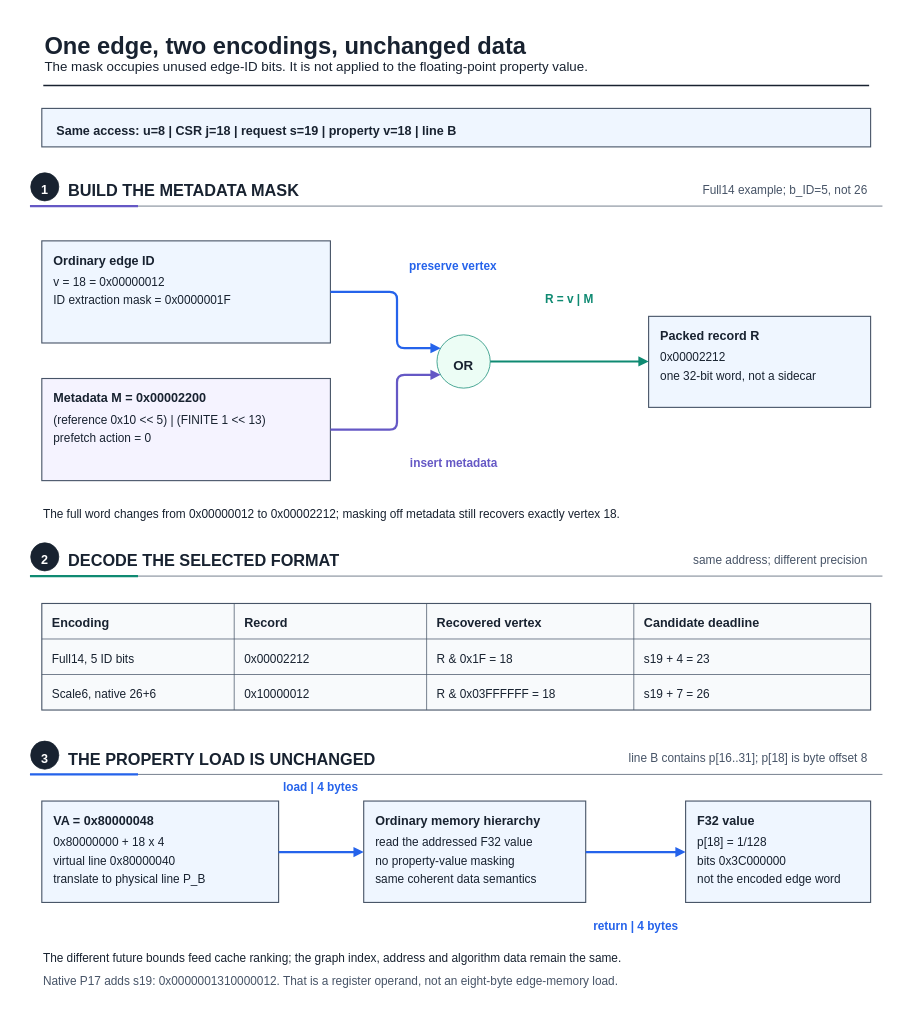
UVA-LavaLab/ECG_GrAPL keeps this draw.io diagram as fig/wiki_src/property-to-cache-walkthrough/property-to-cache-walkthrough-f01-checked-request.drawio. Above is the earlier version. Source tidied: cells renumbered, new cells numbered last; positions are measured from the earlier drawing's top-left corner, leaving out a move shared by most shapes. Both pictures are drawn from the tidied source at 74%, with x=0, y=0 at pixel (12, 12).
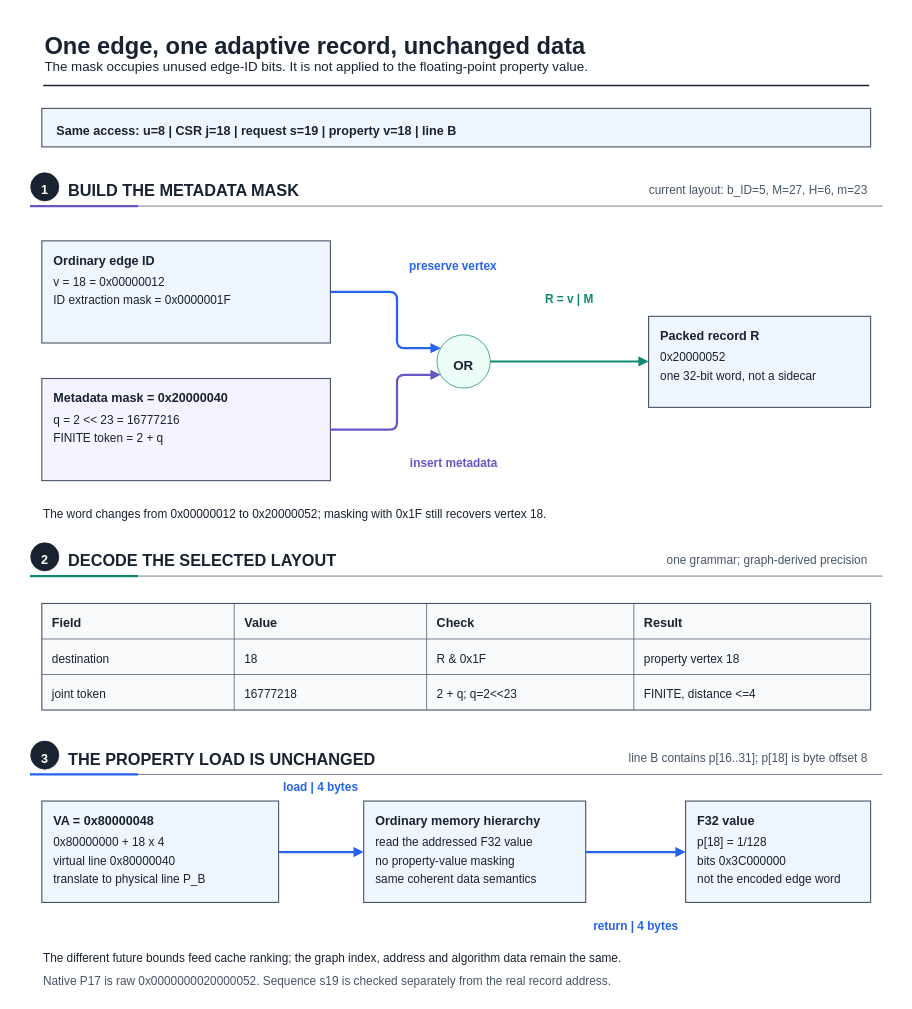
After the change.

Change to the diagram source:
```diff
@@
-    <mxCell id="3" value="One edge, two encodings, unchanged data" style="text;html=0;strokeColor=none;fillColor=none;align=left;verticalAlign=middle;fontFamily=Liberation Sans;fontSize=32;fontColor=#182230;fontStyle=1;" parent="1" vertex="1">
-      <mxGeometry x="42" y="19.5" width="711.4" height="44.8" as="geometry" />
+    <mxCell id="3" value="One edge, one adaptive record, unchanged data" style="text;html=0;strokeColor=none;fillColor=none;align=left;verticalAlign=middle;fontFamily=Liberation Sans;fontSize=32;fontColor=#182230;fontStyle=1;" parent="1" vertex="1">
+      <mxGeometry x="42" y="19.5" width="820.8" height="44.8" as="geometry" />
     </mxCell>
@@
-    <mxCell id="11" value="Full14 example; b_ID=5, not 26" style="text;html=0;strokeColor=none;fillColor=none;align=right;verticalAlign=middle;fontFamily=Liberation Sans;fontSize=16;fontColor=#475467;fontStyle=0;" parent="1" vertex="1">
-      <mxGeometry x="903.6" y="228.2" width="254.4" height="22.4" as="geometry" />
+    <mxCell id="11" value="current layout: b_ID=5, M=27, H=6, m=23" style="text;html=0;strokeColor=none;fillColor=none;align=right;verticalAlign=middle;fontFamily=Liberation Sans;fontSize=16;fontColor=#475467;fontStyle=0;" parent="1" vertex="1">
+      <mxGeometry x="827.3" y="228.2" width="330.7" height="22.4" as="geometry" />
     </mxCell>
@@
-    <mxCell id="19" value="Metadata M = 0x00002200" style="text;html=0;strokeColor=none;fillColor=none;align=left;verticalAlign=middle;fontFamily=Liberation Sans;fontSize=17;fontColor=#182230;fontStyle=1;" parent="1" vertex="1">
-      <mxGeometry x="54" y="508.4" width="222.9" height="23.8" as="geometry" />
+    <mxCell id="19" value="Metadata mask = 0x20000040" style="text;html=0;strokeColor=none;fillColor=none;align=left;verticalAlign=middle;fontFamily=Liberation Sans;fontSize=17;fontColor=#182230;fontStyle=1;" parent="1" vertex="1">
+      <mxGeometry x="54" y="508.4" width="251.9" height="23.8" as="geometry" />
     </mxCell>
-    <mxCell id="20" value="(reference 0x10 &lt;&lt; 5) | (FINITE 1 &lt;&lt; 13)" style="text;html=0;strokeColor=none;fillColor=none;align=left;verticalAlign=middle;fontFamily=Liberation Sans;fontSize=16;fontColor=#182230;fontStyle=0;" parent="1" vertex="1">
-      <mxGeometry x="54" y="538.2" width="339.2" height="22.4" as="geometry" />
+    <mxCell id="20" value="q = 2 &lt;&lt; 23 = 16777216" style="text;html=0;strokeColor=none;fillColor=none;align=left;verticalAlign=middle;fontFamily=Liberation Sans;fontSize=16;fontColor=#182230;fontStyle=0;" parent="1" vertex="1">
+      <mxGeometry x="54" y="538.2" width="186.6" height="22.4" as="geometry" />
     </mxCell>
-    <mxCell id="21" value="prefetch action = 0" style="text;html=0;strokeColor=none;fillColor=none;align=left;verticalAlign=middle;fontFamily=Liberation Sans;fontSize=16;fontColor=#182230;fontStyle=0;" parent="1" vertex="1">
-      <mxGeometry x="54" y="563.2" width="161.1" height="22.4" as="geometry" />
+    <mxCell id="21" value="FINITE token = 2 + q" style="text;html=0;strokeColor=none;fillColor=none;align=left;verticalAlign=middle;fontFamily=Liberation Sans;fontSize=16;fontColor=#182230;fontStyle=0;" parent="1" vertex="1">
+      <mxGeometry x="54" y="563.2" width="169.6" height="22.4" as="geometry" />
     </mxCell>
@@
-    <mxCell id="26" value="0x00002212" style="text;html=0;strokeColor=none;fillColor=none;align=left;verticalAlign=middle;fontFamily=Liberation Sans;fontSize=16;fontColor=#182230;fontStyle=0;" parent="1" vertex="1">
+    <mxCell id="26" value="0x20000052" style="text;html=0;strokeColor=none;fillColor=none;align=left;verticalAlign=middle;fontFamily=Liberation Sans;fontSize=16;fontColor=#182230;fontStyle=0;" parent="1" vertex="1">
       <mxGeometry x="874" y="454.2" width="84.8" height="22.4" as="geometry" />
     </mxCell>
@@
-    <mxCell id="34" value="The full word changes from 0x00000012 to 0x00002212; masking off metadata still recovers exactly vertex 18." style="text;html=0;strokeColor=none;fillColor=none;align=left;verticalAlign=middle;fontFamily=Liberation Sans;fontSize=16;fontColor=#182230;fontStyle=0;" parent="1" vertex="1">
-      <mxGeometry x="40" y="665.2" width="907.4" height="22.4" as="geometry" />
+    <mxCell id="34" value="The word changes from 0x00000012 to 0x20000052; masking with 0x1F still recovers vertex 18." style="text;html=0;strokeColor=none;fillColor=none;align=left;verticalAlign=middle;fontFamily=Liberation Sans;fontSize=16;fontColor=#182230;fontStyle=0;" parent="1" vertex="1">
+      <mxGeometry x="40" y="665.2" width="771.7" height="22.4" as="geometry" />
     </mxCell>
@@
-    <mxCell id="37" value="DECODE THE SELECTED FORMAT" style="text;html=0;strokeColor=none;fillColor=none;align=left;verticalAlign=middle;fontFamily=Liberation Sans;fontSize=22;fontColor=#182230;fontStyle=1;" parent="1" vertex="1">
+    <mxCell id="37" value="DECODE THE SELECTED LAYOUT" style="text;html=0;strokeColor=none;fillColor=none;align=left;verticalAlign=middle;fontFamily=Liberation Sans;fontSize=22;fontColor=#182230;fontStyle=1;" parent="1" vertex="1">
       <mxGeometry x="74" y="724.1" width="326" height="30.8" as="geometry" />
     </mxCell>
-    <mxCell id="38" value="same address; different precision" style="text;html=0;strokeColor=none;fillColor=none;align=right;verticalAlign=middle;fontFamily=Liberation Sans;fontSize=16;fontColor=#475467;fontStyle=0;" parent="1" vertex="1">
-      <mxGeometry x="878.2" y="728.2" width="279.8" height="22.4" as="geometry" />
+    <mxCell id="38" value="one grammar; graph-derived precision" style="text;html=0;strokeColor=none;fillColor=none;align=right;verticalAlign=middle;fontFamily=Liberation Sans;fontSize=16;fontColor=#475467;fontStyle=0;" parent="1" vertex="1">
+      <mxGeometry x="852.7" y="728.2" width="305.3" height="22.4" as="geometry" />
     </mxCell>
@@
-    <mxCell id="44" value="Encoding" style="text;html=0;strokeColor=none;fillColor=none;align=left;verticalAlign=middle;fontFamily=Liberation Sans;fontSize=17;fontColor=#182230;fontStyle=1;" parent="1" vertex="1">
-      <mxGeometry x="52" y="812.4" width="77.5" height="23.8" as="geometry" />
+    <mxCell id="44" value="Field" style="text;html=0;strokeColor=none;fillColor=none;align=left;verticalAlign=middle;fontFamily=Liberation Sans;fontSize=17;fontColor=#182230;fontStyle=1;" parent="1" vertex="1">
+      <mxGeometry x="52" y="812.4" width="48.5" height="23.8" as="geometry" />
     </mxCell>
-    <mxCell id="45" value="Full14, 5 ID bits" style="text;html=0;strokeColor=none;fillColor=none;align=left;verticalAlign=middle;fontFamily=Liberation Sans;fontSize=16;fontColor=#182230;fontStyle=0;" parent="1" vertex="1">
-      <mxGeometry x="52" y="861.2" width="144.2" height="22.4" as="geometry" />
+    <mxCell id="45" value="destination" style="text;html=0;strokeColor=none;fillColor=none;align=left;verticalAlign=middle;fontFamily=Liberation Sans;fontSize=16;fontColor=#182230;fontStyle=0;" parent="1" vertex="1">
+      <mxGeometry x="52" y="861.2" width="93.3" height="22.4" as="geometry" />
     </mxCell>
-    <mxCell id="46" value="Scale6, native 26+6" style="text;html=0;strokeColor=none;fillColor=none;align=left;verticalAlign=middle;fontFamily=Liberation Sans;fontSize=16;fontColor=#182230;fontStyle=0;" parent="1" vertex="1">
-      <mxGeometry x="52" y="909.2" width="161.1" height="22.4" as="geometry" />
+    <mxCell id="46" value="joint token" style="text;html=0;strokeColor=none;fillColor=none;align=left;verticalAlign=middle;fontFamily=Liberation Sans;fontSize=16;fontColor=#182230;fontStyle=0;" parent="1" vertex="1">
+      <mxGeometry x="52" y="909.2" width="93.3" height="22.4" as="geometry" />
     </mxCell>
@@
-    <mxCell id="48" value="Record" style="text;html=0;strokeColor=none;fillColor=none;align=left;verticalAlign=middle;fontFamily=Liberation Sans;fontSize=17;fontColor=#182230;fontStyle=1;" parent="1" vertex="1">
-      <mxGeometry x="312" y="812.4" width="58.1" height="23.8" as="geometry" />
+    <mxCell id="48" value="Value" style="text;html=0;strokeColor=none;fillColor=none;align=left;verticalAlign=middle;fontFamily=Liberation Sans;fontSize=17;fontColor=#182230;fontStyle=1;" parent="1" vertex="1">
+      <mxGeometry x="312" y="812.4" width="48.5" height="23.8" as="geometry" />
     </mxCell>
-    <mxCell id="49" value="0x00002212" style="text;html=0;strokeColor=none;fillColor=none;align=left;verticalAlign=middle;fontFamily=Liberation Sans;fontSize=16;fontColor=#182230;fontStyle=0;" parent="1" vertex="1">
-      <mxGeometry x="312" y="861.2" width="84.8" height="22.4" as="geometry" />
+    <mxCell id="49" value="18" style="text;html=0;strokeColor=none;fillColor=none;align=left;verticalAlign=middle;fontFamily=Liberation Sans;fontSize=16;fontColor=#182230;fontStyle=0;" parent="1" vertex="1">
+      <mxGeometry x="312" y="861.2" width="17" height="22.4" as="geometry" />
     </mxCell>
-    <mxCell id="50" value="0x10000012" style="text;html=0;strokeColor=none;fillColor=none;align=left;verticalAlign=middle;fontFamily=Liberation Sans;fontSize=16;fontColor=#182230;fontStyle=0;" parent="1" vertex="1">
-      <mxGeometry x="312" y="909.2" width="84.8" height="22.4" as="geometry" />
+    <mxCell id="50" value="16777218" style="text;html=0;strokeColor=none;fillColor=none;align=left;verticalAlign=middle;fontFamily=Liberation Sans;fontSize=16;fontColor=#182230;fontStyle=0;" parent="1" vertex="1">
+      <mxGeometry x="312" y="909.2" width="67.8" height="22.4" as="geometry" />
     </mxCell>
@@
-    <mxCell id="52" value="Recovered vertex" style="text;html=0;strokeColor=none;fillColor=none;align=left;verticalAlign=middle;fontFamily=Liberation Sans;fontSize=17;fontColor=#182230;fontStyle=1;" parent="1" vertex="1">
-      <mxGeometry x="572" y="812.4" width="155" height="23.8" as="geometry" />
+    <mxCell id="52" value="Check" style="text;html=0;strokeColor=none;fillColor=none;align=left;verticalAlign=middle;fontFamily=Liberation Sans;fontSize=17;fontColor=#182230;fontStyle=1;" parent="1" vertex="1">
+      <mxGeometry x="572" y="812.4" width="48.5" height="23.8" as="geometry" />
     </mxCell>
-    <mxCell id="53" value="R &amp; 0x1F = 18" style="text;html=0;strokeColor=none;fillColor=none;align=left;verticalAlign=middle;fontFamily=Liberation Sans;fontSize=16;fontColor=#182230;fontStyle=0;" parent="1" vertex="1">
-      <mxGeometry x="572" y="861.2" width="110.2" height="22.4" as="geometry" />
+    <mxCell id="53" value="R &amp; 0x1F" style="text;html=0;strokeColor=none;fillColor=none;align=left;verticalAlign=middle;fontFamily=Liberation Sans;fontSize=16;fontColor=#182230;fontStyle=0;" parent="1" vertex="1">
+      <mxGeometry x="572" y="861.2" width="67.8" height="22.4" as="geometry" />
     </mxCell>
-    <mxCell id="54" value="R &amp; 0x03FFFFFF = 18" style="text;html=0;strokeColor=none;fillColor=none;align=left;verticalAlign=middle;fontFamily=Liberation Sans;fontSize=16;fontColor=#182230;fontStyle=0;" parent="1" vertex="1">
-      <mxGeometry x="572" y="909.2" width="161.1" height="22.4" as="geometry" />
+    <mxCell id="54" value="2 + q; q=2&lt;&lt;23" style="text;html=0;strokeColor=none;fillColor=none;align=left;verticalAlign=middle;fontFamily=Liberation Sans;fontSize=16;fontColor=#182230;fontStyle=0;" parent="1" vertex="1">
+      <mxGeometry x="572" y="909.2" width="118.7" height="22.4" as="geometry" />
     </mxCell>
@@
-    <mxCell id="56" value="Candidate deadline" style="text;html=0;strokeColor=none;fillColor=none;align=left;verticalAlign=middle;fontFamily=Liberation Sans;fontSize=17;fontColor=#182230;fontStyle=1;" parent="1" vertex="1">
-      <mxGeometry x="852" y="812.4" width="174.4" height="23.8" as="geometry" />
+    <mxCell id="56" value="Result" style="text;html=0;strokeColor=none;fillColor=none;align=left;verticalAlign=middle;fontFamily=Liberation Sans;fontSize=17;fontColor=#182230;fontStyle=1;" parent="1" vertex="1">
+      <mxGeometry x="852" y="812.4" width="58.1" height="23.8" as="geometry" />
     </mxCell>
-    <mxCell id="57" value="s19 + 4 = 23" style="text;html=0;strokeColor=none;fillColor=none;align=left;verticalAlign=middle;fontFamily=Liberation Sans;fontSize=16;fontColor=#182230;fontStyle=0;" parent="1" vertex="1">
-      <mxGeometry x="852" y="861.2" width="101.8" height="22.4" as="geometry" />
+    <mxCell id="57" value="property vertex 18" style="text;html=0;strokeColor=none;fillColor=none;align=left;verticalAlign=middle;fontFamily=Liberation Sans;fontSize=16;fontColor=#182230;fontStyle=0;" parent="1" vertex="1">
+      <mxGeometry x="852" y="861.2" width="152.6" height="22.4" as="geometry" />
     </mxCell>
-    <mxCell id="58" value="s19 + 7 = 26" style="text;html=0;strokeColor=none;fillColor=none;align=left;verticalAlign=middle;fontFamily=Liberation Sans;fontSize=16;fontColor=#182230;fontStyle=0;" parent="1" vertex="1">
-      <mxGeometry x="852" y="909.2" width="101.8" height="22.4" as="geometry" />
+    <mxCell id="58" value="FINITE, distance &lt;=4" style="text;html=0;strokeColor=none;fillColor=none;align=left;verticalAlign=middle;fontFamily=Liberation Sans;fontSize=16;fontColor=#182230;fontStyle=0;" parent="1" vertex="1">
+      <mxGeometry x="852" y="909.2" width="169.6" height="22.4" as="geometry" />
     </mxCell>
@@
-    <mxCell id="85" value="Native P17 adds s19: 0x0000001310000012. That is a register operand, not an eight-byte edge-memory load." style="text;html=0;strokeColor=none;fillColor=none;align=left;verticalAlign=middle;fontFamily=Liberation Sans;fontSize=16;fontColor=#475467;fontStyle=0;" parent="1" vertex="1">
-      <mxGeometry x="40" y="1297.2" width="881.9" height="22.4" as="geometry" />
+    <mxCell id="85" value="Native P17 is raw 0x0000000020000052. Sequence s19 is checked separately from the real record address." style="text;html=0;strokeColor=none;fillColor=none;align=left;verticalAlign=middle;fontFamily=Liberation Sans;fontSize=16;fontColor=#475467;fontStyle=0;" parent="1" vertex="1">
+      <mxGeometry x="40" y="1297.2" width="865" height="22.4" as="geometry" />
     </mxCell>
```
